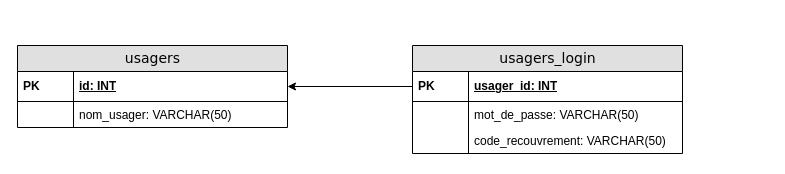
This is template/types_relations_un_un.drawio from cegepvictoetienne/bd2, a draw.io file, before an edit. Source tidied: cells renumbered, new cells numbered last; positions are measured from the earlier drawing's top-left corner, leaving out a move shared by most shapes. Both pictures are drawn from the tidied source at 100%, with x=0, y=0 at pixel (17, 45).
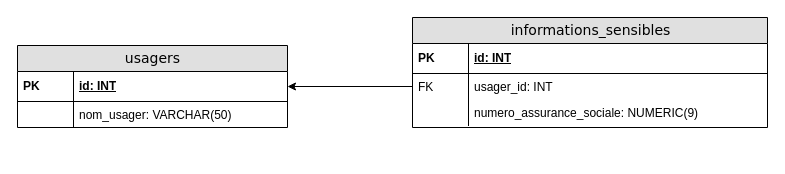
The same diagram, later.

Change to the diagram source:
```diff
@@
 <mxGraphModel>
   <root>
     <mxCell id="0" />
     <mxCell id="1" parent="0" />
-    <mxCell id="2" style="edgeStyle=orthogonalEdgeStyle;rounded=0;jettySize=auto;html=1;entryX=1;entryY=0.5;entryDx=0;entryDy=0;exitX=0;exitY=0.5;exitDx=0;exitDy=0;" parent="1" edge="1" source="9" target="4">
+    <mxCell id="2" style="edgeStyle=orthogonalEdgeStyle;rounded=0;jettySize=auto;html=1;entryX=1;entryY=0.5;entryDx=0;entryDy=0;exitX=0;exitY=0.5;exitDx=0;exitDy=0;" parent="1" edge="1" source="11" target="4">
       <mxGeometry relative="1" as="geometry" />
     </mxCell>
     <mxCell id="3" value="usagers" style="swimlane;html=1;fontStyle=0;horizontal=1;startSize=26;fillColor=#e0e0e0;swimlaneFillColor=#ffffff;align=center;rounded=0;shadow=0;comic=0;labelBackgroundColor=none;strokeWidth=1;fontFamily=Verdana;fontSize=14;" parent="1" vertex="1">
       <mxGeometry width="270" height="82" as="geometry" />
     </mxCell>
     <mxCell id="4" value="id: INT" style="shape=partialRectangle;top=0;left=0;right=0;bottom=1;html=1;align=left;verticalAlign=middle;fillColor=none;spacingLeft=60;spacingRight=4;whiteSpace=wrap;overflow=hidden;points=[[0,0.5],[1,0.5]];portConstraint=eastwest;fontStyle=5;" parent="3" vertex="1">
       <mxGeometry y="26" width="270" height="30" as="geometry" />
     </mxCell>
     <mxCell id="5" value="PK" style="shape=partialRectangle;fontStyle=1;top=0;left=0;bottom=0;html=1;fillColor=none;align=left;verticalAlign=middle;spacingLeft=4;spacingRight=4;whiteSpace=wrap;overflow=hidden;" parent="4" vertex="1">
       <mxGeometry width="56" height="30" as="geometry" />
     </mxCell>
     <mxCell id="6" value="nom_usager: VARCHAR(50)" style="shape=partialRectangle;top=0;left=0;right=0;bottom=0;html=1;align=left;verticalAlign=top;fillColor=none;spacingLeft=60;spacingRight=4;whiteSpace=wrap;overflow=hidden;" parent="3" vertex="1">
       <mxGeometry y="56" width="270" height="26" as="geometry" />
     </mxCell>
     <mxCell id="7" style="shape=partialRectangle;top=0;left=0;bottom=0;html=1;fillColor=none;align=left;verticalAlign=top;spacingLeft=4;spacingRight=4;whiteSpace=wrap;overflow=hidden;" parent="6" vertex="1">
       <mxGeometry width="56" height="26" as="geometry" />
     </mxCell>
-    <mxCell id="8" value="usagers_login" style="swimlane;html=1;fontStyle=0;horizontal=1;startSize=26;fillColor=#e0e0e0;swimlaneFillColor=#ffffff;align=center;rounded=0;shadow=0;comic=0;labelBackgroundColor=none;strokeWidth=1;fontFamily=Verdana;fontSize=14;" parent="1" vertex="1">
-      <mxGeometry x="395" width="270" height="108" as="geometry" />
+    <mxCell id="8" value="informations_sensibles" style="swimlane;html=1;fontStyle=0;horizontal=1;startSize=26;fillColor=#e0e0e0;swimlaneFillColor=#ffffff;align=center;rounded=0;shadow=0;comic=0;labelBackgroundColor=none;strokeWidth=1;fontFamily=Verdana;fontSize=14;" parent="1" vertex="1">
+      <mxGeometry x="395" y="-28" width="355" height="110" as="geometry" />
     </mxCell>
-    <mxCell id="9" value="usager_id: INT" style="shape=partialRectangle;top=0;left=0;right=0;bottom=1;html=1;align=left;verticalAlign=middle;fillColor=none;spacingLeft=60;spacingRight=4;whiteSpace=wrap;overflow=hidden;points=[[0,0.5],[1,0.5]];portConstraint=eastwest;fontStyle=5;" parent="8" vertex="1">
-      <mxGeometry y="26" width="270" height="30" as="geometry" />
+    <mxCell id="9" value="id: INT" style="shape=partialRectangle;top=0;left=0;right=0;bottom=1;html=1;align=left;verticalAlign=middle;fillColor=none;spacingLeft=60;spacingRight=4;whiteSpace=wrap;overflow=hidden;points=[[0,0.5],[1,0.5]];portConstraint=eastwest;fontStyle=5;" parent="8" vertex="1">
+      <mxGeometry y="26" width="355" height="30" as="geometry" />
     </mxCell>
     <mxCell id="10" value="PK" style="shape=partialRectangle;fontStyle=1;top=0;left=0;bottom=0;html=1;fillColor=none;align=left;verticalAlign=middle;spacingLeft=4;spacingRight=4;whiteSpace=wrap;overflow=hidden;" parent="9" vertex="1">
       <mxGeometry width="56" height="30" as="geometry" />
     </mxCell>
-    <mxCell id="11" value="mot_de_passe: VARCHAR(50)" style="shape=partialRectangle;top=0;left=0;right=0;bottom=0;html=1;align=left;verticalAlign=top;fillColor=none;spacingLeft=60;spacingRight=4;whiteSpace=wrap;overflow=hidden;points=[[0,0.5],[1,0.5]];portConstraint=eastwest;" parent="8" vertex="1">
-      <mxGeometry y="56" width="270" height="26" as="geometry" />
+    <mxCell id="11" value="usager_id: INT" style="shape=partialRectangle;top=0;left=0;right=0;bottom=0;html=1;align=left;verticalAlign=top;fillColor=none;spacingLeft=60;spacingRight=4;whiteSpace=wrap;overflow=hidden;points=[[0,0.5],[1,0.5]];portConstraint=eastwest;" parent="8" vertex="1">
+      <mxGeometry y="56" width="355" height="26" as="geometry" />
     </mxCell>
-    <mxCell id="12" style="shape=partialRectangle;top=0;left=0;bottom=0;html=1;fillColor=none;align=left;verticalAlign=top;spacingLeft=4;spacingRight=4;whiteSpace=wrap;overflow=hidden;" parent="11" vertex="1">
+    <mxCell id="12" value="FK" style="shape=partialRectangle;top=0;left=0;bottom=0;html=1;fillColor=none;align=left;verticalAlign=top;spacingLeft=4;spacingRight=4;whiteSpace=wrap;overflow=hidden;" parent="11" vertex="1">
       <mxGeometry width="56" height="26" as="geometry" />
     </mxCell>
-    <mxCell id="13" value="code_recouvrement: VARCHAR(50)" style="shape=partialRectangle;top=0;left=0;right=0;bottom=0;html=1;align=left;verticalAlign=top;fillColor=none;spacingLeft=60;spacingRight=4;whiteSpace=wrap;overflow=hidden;" parent="8" vertex="1">
-      <mxGeometry y="82" width="270" height="26" as="geometry" />
-    </mxCell>
+    <mxCell id="15" value="numero_assurance_sociale: NUMERIC(9)" style="shape=partialRectangle;top=0;left=0;right=0;bottom=0;html=1;align=left;verticalAlign=top;fillColor=none;spacingLeft=60;spacingRight=4;whiteSpace=wrap;overflow=hidden;" parent="8" vertex="1">
+      <mxGeometry y="82" width="355" height="26" as="geometry" />
+    </mxCell>
-    <mxCell id="14" style="shape=partialRectangle;top=0;left=0;bottom=0;html=1;fillColor=none;align=left;verticalAlign=top;spacingLeft=4;spacingRight=4;whiteSpace=wrap;overflow=hidden;" parent="13" vertex="1">
+    <mxCell id="14" style="shape=partialRectangle;top=0;left=0;bottom=0;html=1;fillColor=none;align=left;verticalAlign=top;spacingLeft=4;spacingRight=4;whiteSpace=wrap;overflow=hidden;" parent="15" vertex="1">
       <mxGeometry width="56" height="26" as="geometry" />
     </mxCell>
   </root>
 </mxGraphModel>
```
